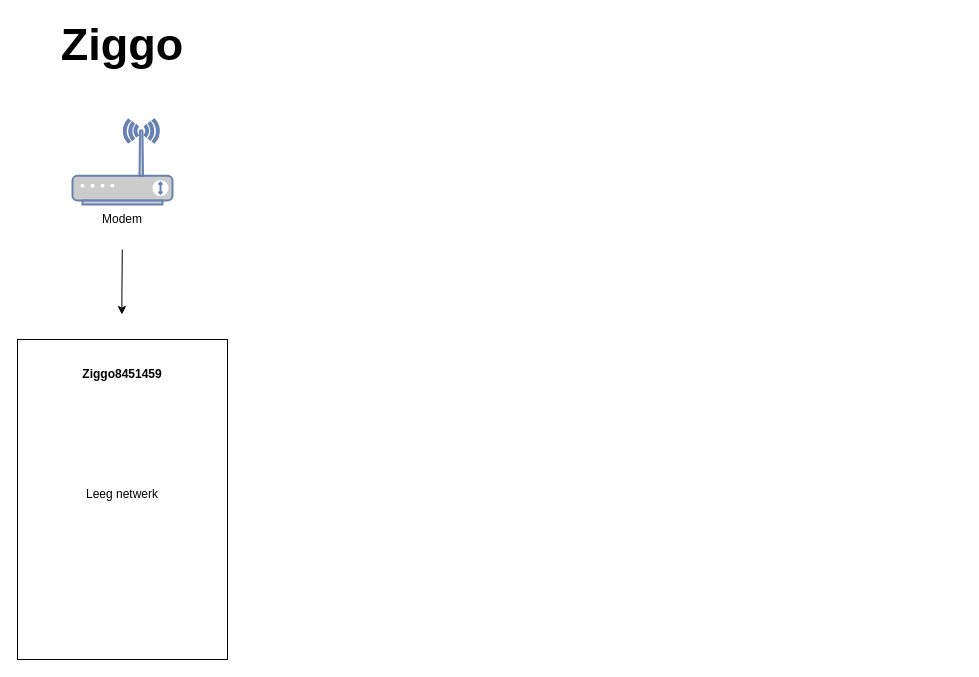
Before: Untitled Diagram.drawio in likeanoa/drawio-sketches, a draw.io diagram. Source tidied: cells renumbered, new cells numbered last; positions are measured from the earlier drawing's top-left corner, leaving out a move shared by most shapes. Both pictures are drawn from the tidied source at 100%, with x=0, y=0 at pixel (17, 29). Pictures stored in the file or linked from it are replaced by grey dashed boxes.
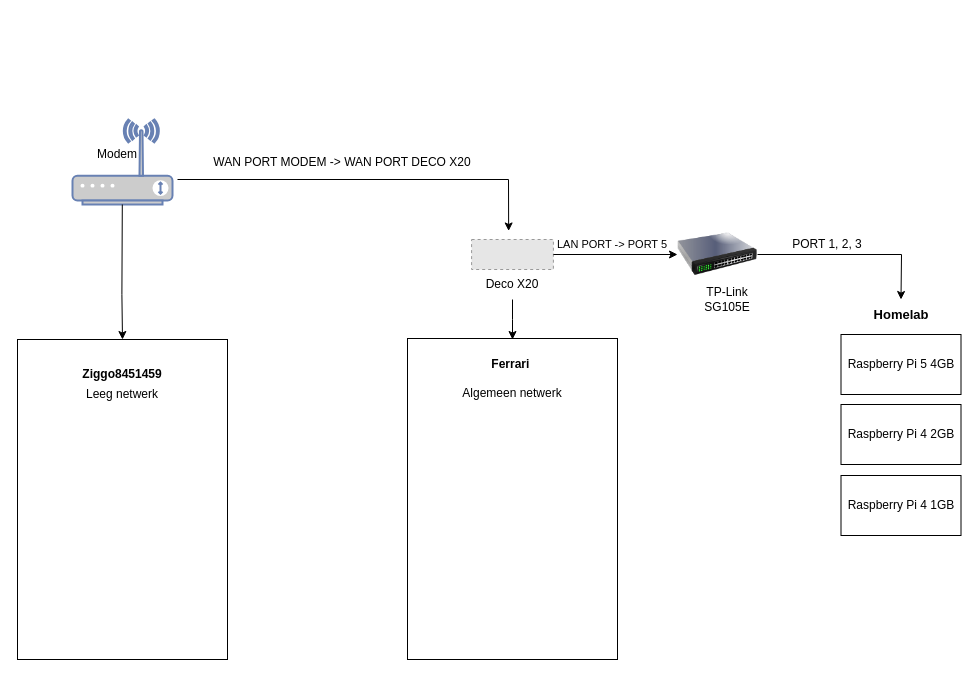
After the change.

Unchanged cells that the change refers to:
```xml
<mxCell id="2" style="fontColor=#0066CC;verticalAlign=top;verticalLabelPosition=bottom;labelPosition=center;align=center;html=1;outlineConnect=0;fillColor=#CCCCCC;strokeColor=#6881B3;gradientColor=none;gradientDirection=north;strokeWidth=2;shape=mxgraph.networks.wireless_modem;" parent="1" vertex="1">
  <mxGeometry x="55" y="90" width="100" height="85" as="geometry" />
</mxCell>
<mxCell id="6" style="rounded=0;whiteSpace=wrap;html=1;" parent="1" vertex="1">
  <mxGeometry y="310" width="210" height="320" as="geometry" />
</mxCell>
```

What changed in the source:
```diff
@@
+    <mxCell id="9" style="rounded=0;whiteSpace=wrap;html=1;" parent="1" vertex="1">
+      <mxGeometry x="390" y="309" width="210" height="321" as="geometry" />
+    </mxCell>
@@
-    <mxCell id="3" value="Ziggo" style="text;html=1;align=center;verticalAlign=middle;whiteSpace=wrap;rounded=0;fontStyle=1;fontSize=45;" parent="1" vertex="1">
-      <mxGeometry x="75" width="60" height="30" as="geometry" />
-    </mxCell>
     <mxCell id="4" value="Modem" style="text;html=1;align=center;verticalAlign=middle;whiteSpace=wrap;rounded=0;" parent="1" vertex="1">
-      <mxGeometry x="75" y="175" width="60" height="30" as="geometry" />
+      <mxGeometry x="70" y="110" width="60" height="30" as="geometry" />
     </mxCell>
-    <mxCell id="5" style="endArrow=classic;html=1;rounded=0;fontStyle=1;" parent="1" edge="1">
+    <mxCell id="5" style="endArrow=classic;html=1;rounded=0;fontStyle=1;entryX=0.5;entryY=0;entryDx=0;entryDy=0;" parent="1" edge="1" source="2" target="6">
       <mxGeometry relative="1" as="geometry">
-        <mxPoint x="104.8" y="220" as="sourcePoint" />
-        <mxPoint x="104.4" y="285" as="targetPoint" />
         <Array as="points">
           <mxPoint x="104.4" y="265" />
         </Array>
       </mxGeometry>
     </mxCell>
@@
     <mxCell id="8" value="Leeg netwerk" style="text;html=1;align=center;verticalAlign=middle;whiteSpace=wrap;rounded=0;" parent="1" vertex="1">
-      <mxGeometry x="50" y="450" width="110" height="30" as="geometry" />
+      <mxGeometry x="50" y="350" width="110" height="30" as="geometry" />
     </mxCell>
+    <mxCell id="10" style="fillColor=#E6E6E6;strokeColor=#999999;dashed=1;verticalLabelPosition=bottom;labelBackgroundColor=default;verticalAlign=top;" parent="1" vertex="1">
+      <mxGeometry x="454.1" y="210" width="81.8" height="30" as="geometry" />
+    </mxCell>
+    <mxCell id="11" value="Ferrari&amp;nbsp;" style="text;html=1;align=center;verticalAlign=middle;whiteSpace=wrap;rounded=0;fontStyle=1;" parent="1" vertex="1">
+      <mxGeometry x="465" y="320" width="60" height="30" as="geometry" />
+    </mxCell>
+    <mxCell id="12" value="Algemeen netwerk" style="text;html=1;align=center;verticalAlign=middle;whiteSpace=wrap;rounded=0;" parent="1" vertex="1">
+      <mxGeometry x="440" y="349" width="110" height="30" as="geometry" />
+    </mxCell>
+    <mxCell id="13" style="endArrow=classic;html=1;rounded=0;entryX=0.453;entryY=-0.284;entryDx=0;entryDy=0;entryPerimeter=0;" parent="1" edge="1" target="10">
+      <mxGeometry relative="1" as="geometry">
+        <mxPoint x="160" y="150" as="sourcePoint" />
+        <Array as="points">
+          <mxPoint x="491" y="150" />
+        </Array>
+      </mxGeometry>
+    </mxCell>
+    <mxCell id="14" value="Deco X20" style="text;html=1;align=center;verticalAlign=middle;whiteSpace=wrap;rounded=0;" parent="1" vertex="1">
+      <mxGeometry x="465" y="240" width="60" height="30" as="geometry" />
+    </mxCell>
+    <mxCell id="15" style="endArrow=classic;html=1;rounded=0;exitX=0.5;exitY=1;exitDx=0;exitDy=0;" parent="1" edge="1" source="14">
+      <mxGeometry relative="1" as="geometry">
+        <mxPoint x="495" y="310" as="targetPoint" />
+        <Array as="points">
+          <mxPoint x="495" y="290" />
+        </Array>
+      </mxGeometry>
+    </mxCell>
+    <mxCell id="16" style="image;html=1;image=img/lib/clip_art/networking/Switch_128x128.png;" parent="1" vertex="1">
+      <mxGeometry x="660" y="185" width="80" height="80" as="geometry" />
+    </mxCell>
+    <mxCell id="17" value="TP-Link SG105E" style="text;html=1;align=center;verticalAlign=middle;whiteSpace=wrap;rounded=0;" parent="1" vertex="1">
+      <mxGeometry x="680" y="255" width="60" height="30" as="geometry" />
+    </mxCell>
+    <mxCell id="18" style="endArrow=classic;html=1;rounded=0;exitX=1;exitY=0.5;exitDx=0;exitDy=0;entryX=0.5;entryY=0;entryDx=0;entryDy=0;" parent="1" edge="1" source="16" target="19">
+      <mxGeometry relative="1" as="geometry">
+        <Array as="points">
+          <mxPoint x="884" y="225" />
+        </Array>
+      </mxGeometry>
+    </mxCell>
+    <mxCell id="19" value="Homelab" style="text;html=1;align=center;verticalAlign=middle;whiteSpace=wrap;rounded=0;fontStyle=1;fontSize=13;" parent="1" vertex="1">
+      <mxGeometry x="853.5" y="270" width="60" height="30" as="geometry" />
+    </mxCell>
+    <mxCell id="20" style="rounded=0;whiteSpace=wrap;html=1;" parent="1" vertex="1">
+      <mxGeometry x="823.5" y="305" width="120" height="60" as="geometry" />
+    </mxCell>
+    <mxCell id="21" value="Raspberry Pi 5 4GB" style="text;html=1;align=center;verticalAlign=middle;whiteSpace=wrap;rounded=0;" parent="1" vertex="1">
+      <mxGeometry x="823.5" y="315" width="120" height="40" as="geometry" />
+    </mxCell>
+    <mxCell id="22" style="rounded=0;whiteSpace=wrap;html=1;" parent="1" vertex="1">
+      <mxGeometry x="823.5" y="375" width="120" height="60" as="geometry" />
+    </mxCell>
+    <mxCell id="23" value="Raspberry Pi 4 2GB" style="text;html=1;align=center;verticalAlign=middle;whiteSpace=wrap;rounded=0;" parent="1" vertex="1">
+      <mxGeometry x="823.5" y="385" width="120" height="40" as="geometry" />
+    </mxCell>
+    <mxCell id="24" style="rounded=0;whiteSpace=wrap;html=1;" parent="1" vertex="1">
+      <mxGeometry x="823.5" y="446" width="120" height="60" as="geometry" />
+    </mxCell>
+    <mxCell id="25" value="Raspberry Pi 4 1GB" style="text;html=1;align=center;verticalAlign=middle;whiteSpace=wrap;rounded=0;" parent="1" vertex="1">
+      <mxGeometry x="823.5" y="456" width="120" height="40" as="geometry" />
+    </mxCell>
+    <mxCell id="26" value="WAN PORT MODEM -&amp;gt; WAN PORT DECO X20" style="text;html=1;align=center;verticalAlign=middle;whiteSpace=wrap;rounded=0;" parent="1" vertex="1">
+      <mxGeometry x="185" y="117.5" width="280" height="30" as="geometry" />
+    </mxCell>
+    <mxCell id="27" style="endArrow=classic;html=1;rounded=0;entryX=0;entryY=0.5;entryDx=0;entryDy=0;exitX=1;exitY=0.5;exitDx=0;exitDy=0;" parent="1" edge="1" source="10" target="16">
+      <mxGeometry relative="1" as="geometry" />
+    </mxCell>
+    <mxCell id="28" value="LAN PORT -&amp;gt; PORT 5" style="text;html=1;align=center;verticalAlign=middle;whiteSpace=wrap;rounded=0;rotation=0;fontSize=11;" parent="1" vertex="1">
+      <mxGeometry x="525" y="200" width="140" height="30" as="geometry" />
+    </mxCell>
+    <mxCell id="29" value="PORT 1, 2, 3" style="text;html=1;align=center;verticalAlign=middle;whiteSpace=wrap;rounded=0;" parent="1" vertex="1">
+      <mxGeometry x="760" y="200" width="100" height="30" as="geometry" />
+    </mxCell>
```
